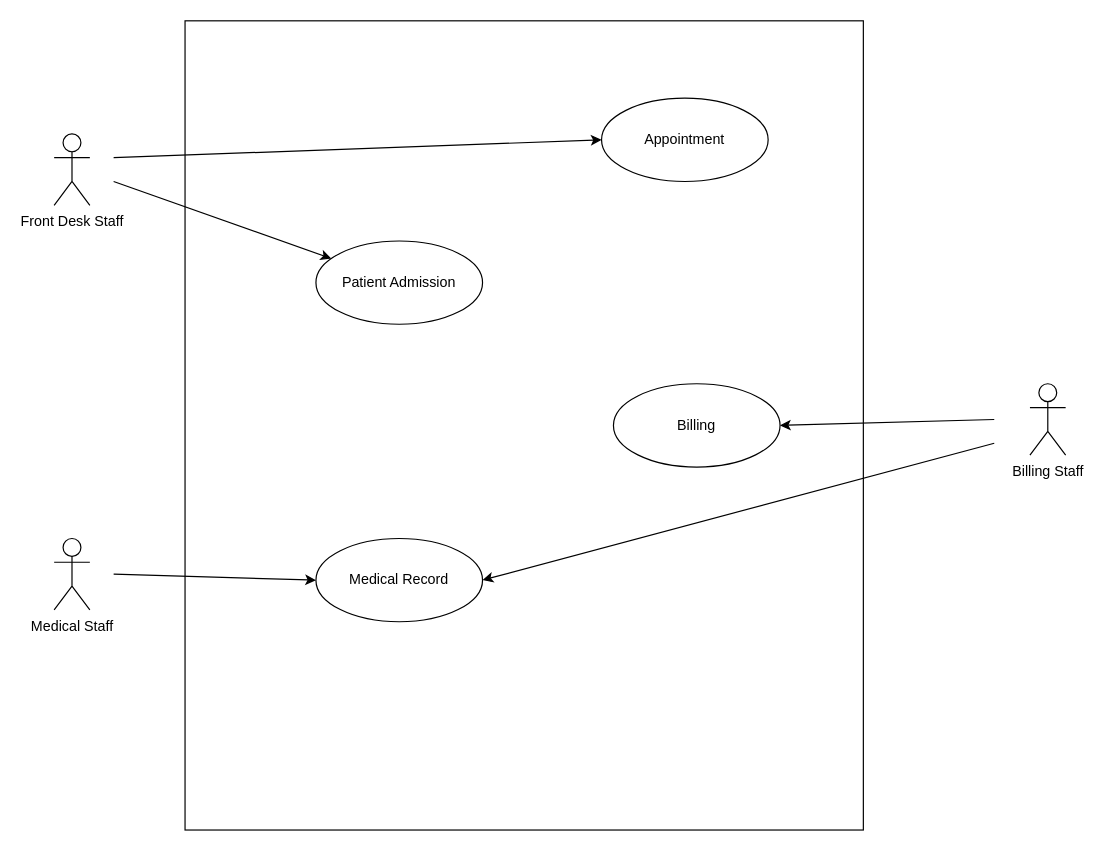
This is exercise/uml/submission/sec01/wei2030/Use Case 1.drawio from drshahizan/software-engineering, a draw.io file, before an edit. Source tidied: cells renumbered, new cells numbered last; positions are measured from the earlier drawing's top-left corner, leaving out a move shared by most shapes. Both pictures are drawn from the tidied source at 119%, with x=0, y=0 at pixel (54, 20).
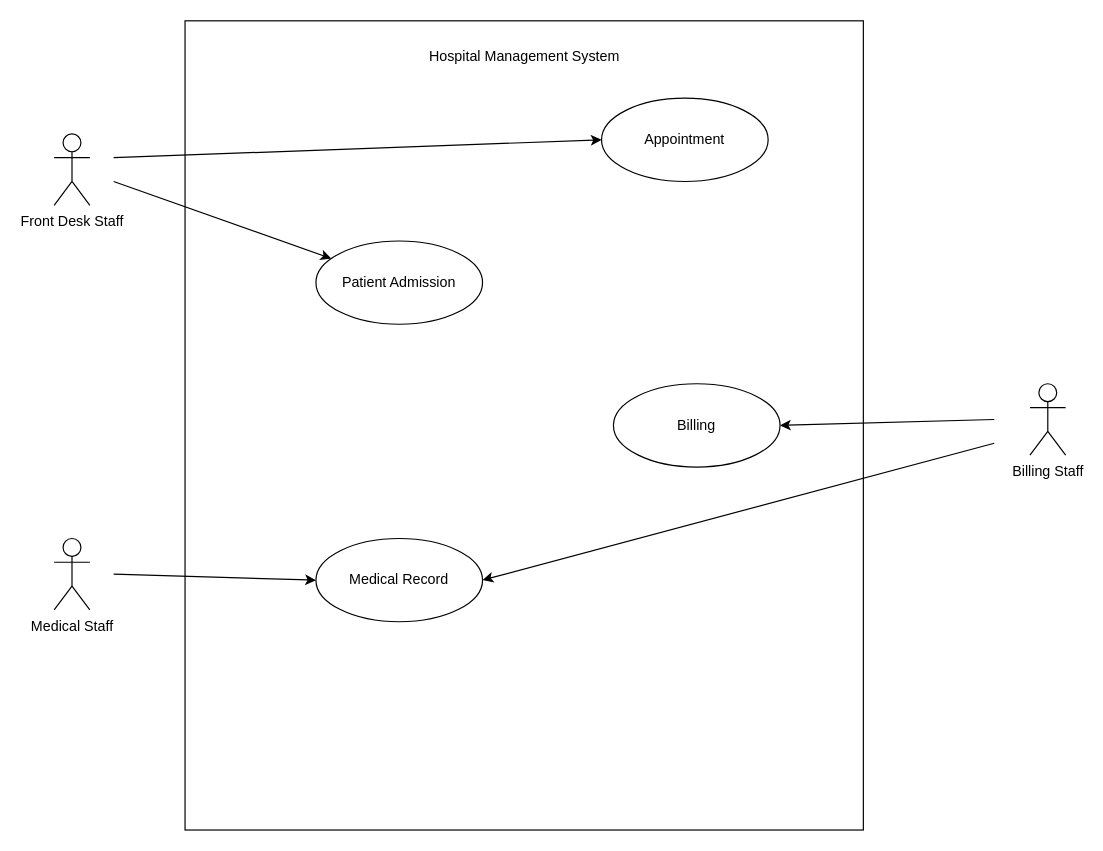
Above is the later version.

What changed in the source:
```diff
@@
 <mxGraphModel>
   <root>
     <mxCell id="0" />
     <mxCell id="1" parent="0" />
     <mxCell id="2" style="html=1;" parent="1" vertex="1">
       <mxGeometry x="110" width="570" height="680" as="geometry" />
     </mxCell>
     <mxCell id="3" value="Front Desk Staff" style="shape=umlActor;verticalLabelPosition=bottom;verticalAlign=top;html=1;" parent="1" vertex="1">
       <mxGeometry y="95" width="30" height="60" as="geometry" />
     </mxCell>
     <mxCell id="4" value="Medical Staff" style="shape=umlActor;verticalLabelPosition=bottom;verticalAlign=top;html=1;" parent="1" vertex="1">
       <mxGeometry y="435" width="30" height="60" as="geometry" />
     </mxCell>
     <mxCell id="5" value="Billing Staff" style="shape=umlActor;verticalLabelPosition=bottom;verticalAlign=top;html=1;" parent="1" vertex="1">
       <mxGeometry x="820" y="305" width="30" height="60" as="geometry" />
     </mxCell>
     <mxCell id="6" value="Patient Admission" style="ellipse;whiteSpace=wrap;html=1;" parent="1" vertex="1">
       <mxGeometry x="220" y="185" width="140" height="70" as="geometry" />
     </mxCell>
     <mxCell id="7" value="Appointment" style="ellipse;whiteSpace=wrap;html=1;" parent="1" vertex="1">
       <mxGeometry x="460" y="65" width="140" height="70" as="geometry" />
     </mxCell>
     <mxCell id="8" value="Medical Record" style="ellipse;whiteSpace=wrap;html=1;" parent="1" vertex="1">
       <mxGeometry x="220" y="435" width="140" height="70" as="geometry" />
     </mxCell>
     <mxCell id="9" value="Billing" style="ellipse;whiteSpace=wrap;html=1;" parent="1" vertex="1">
       <mxGeometry x="470" y="305" width="140" height="70" as="geometry" />
     </mxCell>
     <mxCell id="10" style="endArrow=classic;html=1;entryX=0;entryY=0.5;entryDx=0;entryDy=0;" parent="1" edge="1" target="7">
       <mxGeometry relative="1" as="geometry">
         <mxPoint x="50" y="115" as="sourcePoint" />
       </mxGeometry>
     </mxCell>
     <mxCell id="11" style="endArrow=classic;html=1;" parent="1" edge="1" target="6">
       <mxGeometry relative="1" as="geometry">
         <mxPoint x="50" y="135" as="sourcePoint" />
       </mxGeometry>
     </mxCell>
     <mxCell id="12" style="endArrow=classic;html=1;entryX=0;entryY=0.5;entryDx=0;entryDy=0;" parent="1" edge="1" target="8">
       <mxGeometry relative="1" as="geometry">
         <mxPoint x="50" y="465" as="sourcePoint" />
       </mxGeometry>
     </mxCell>
     <mxCell id="13" style="endArrow=classic;html=1;entryX=1;entryY=0.5;entryDx=0;entryDy=0;" parent="1" edge="1" target="9">
       <mxGeometry relative="1" as="geometry">
         <mxPoint x="790" y="335" as="sourcePoint" />
       </mxGeometry>
     </mxCell>
     <mxCell id="14" style="endArrow=classic;html=1;entryX=1;entryY=0.5;entryDx=0;entryDy=0;" parent="1" edge="1" target="8">
       <mxGeometry relative="1" as="geometry">
         <mxPoint x="790" y="355" as="sourcePoint" />
       </mxGeometry>
     </mxCell>
+    <mxCell id="15" value="Hospital Management System" style="text;html=1;strokeColor=none;fillColor=none;align=center;verticalAlign=middle;whiteSpace=wrap;rounded=0;" parent="1" vertex="1">
+      <mxGeometry x="292.5" y="15" width="205" height="30" as="geometry" />
+    </mxCell>
   </root>
 </mxGraphModel>
```
